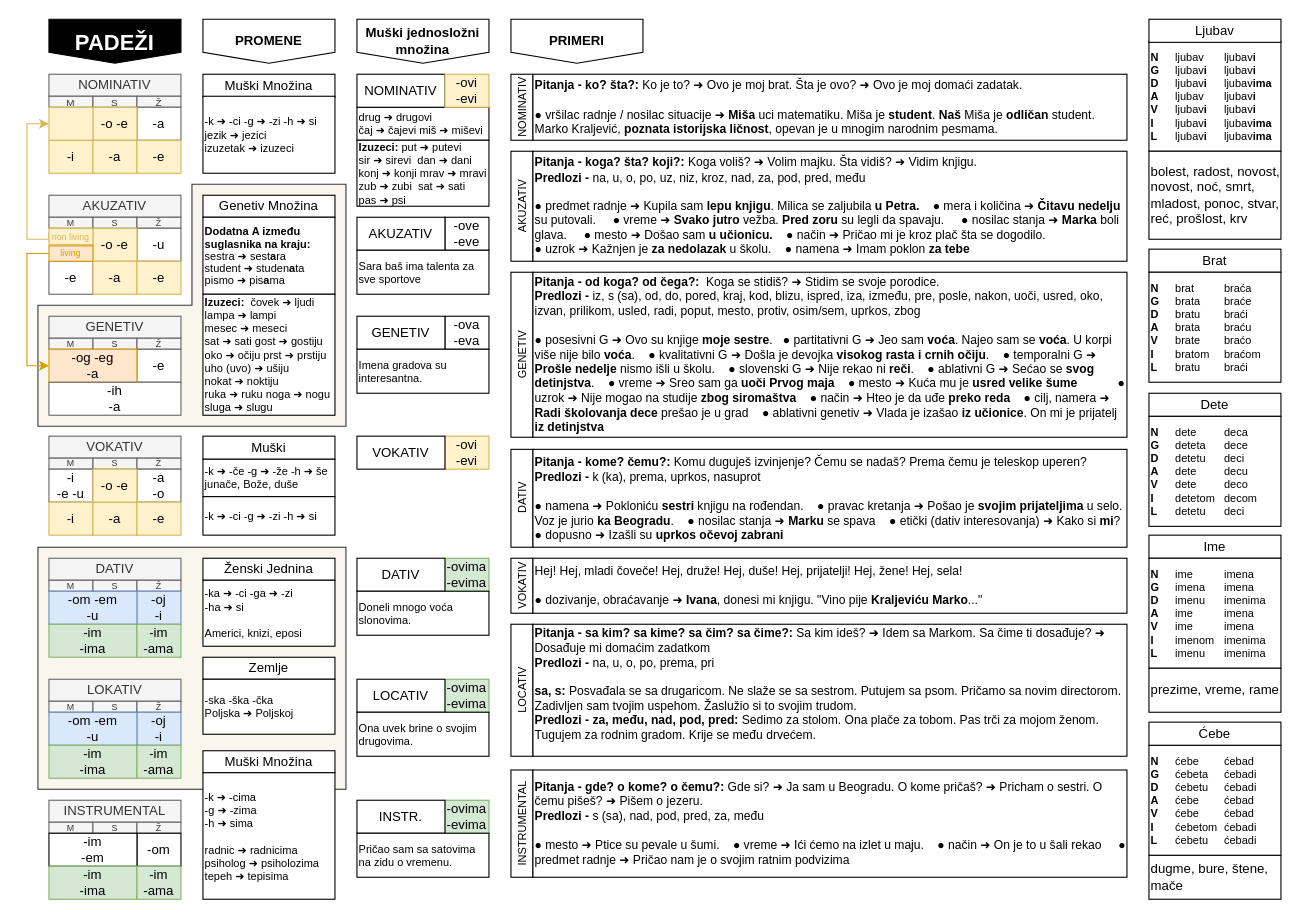
Before: draws/padezi.drawio in vlandivir/srpski, a draw.io diagram. Source tidied: cells renumbered, new cells numbered last; positions are measured from the earlier drawing's top-left corner, leaving out a move shared by most shapes. Both pictures are drawn from the tidied source at 110%, with x=0, y=0 at pixel (26, 19).
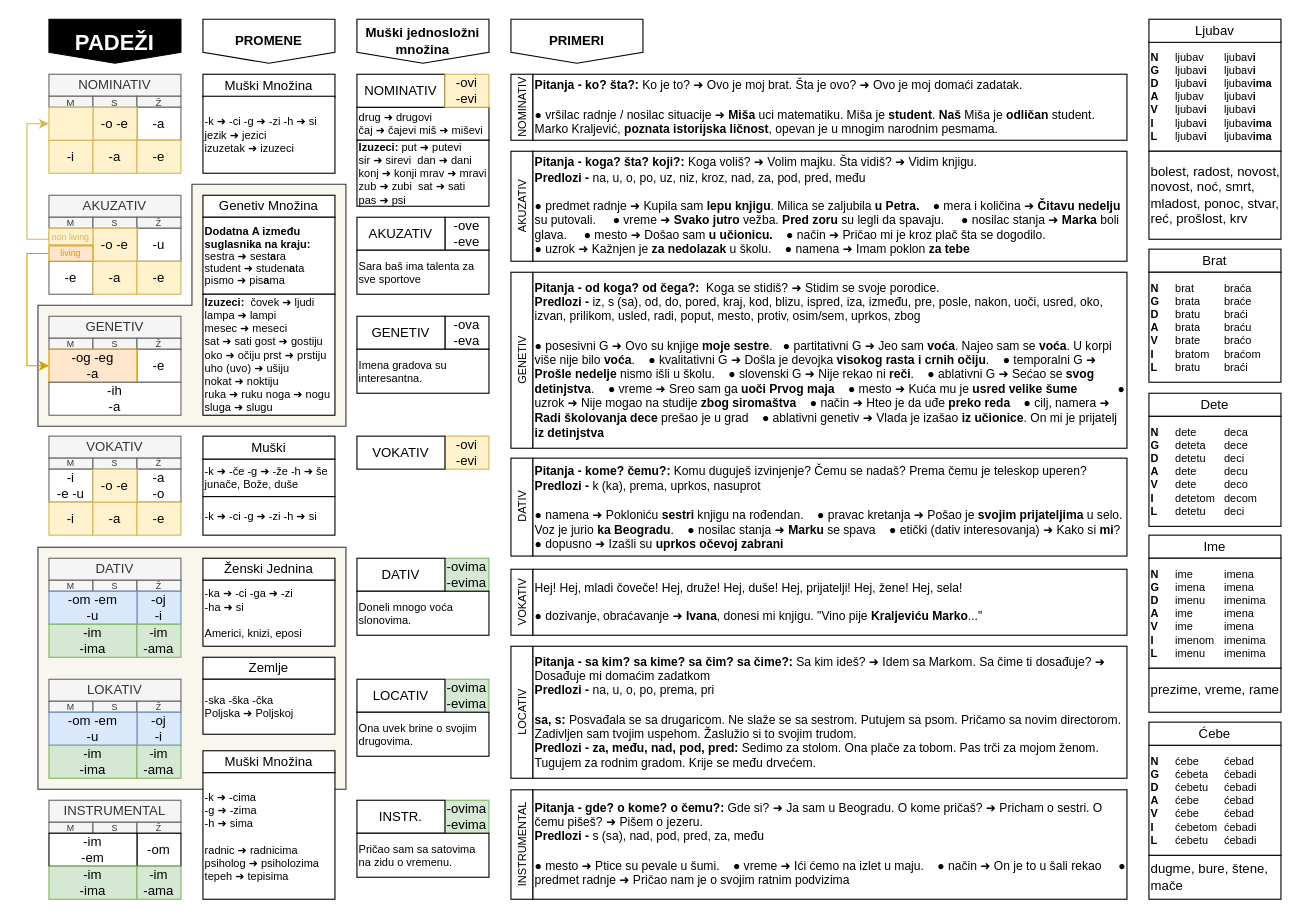
The same diagram, later.

Diff of the diagram source:
```diff
@@
     <mxCell id="97" value="GENETIV" style="rounded=0;whiteSpace=wrap;html=1;fontSize=10;horizontal=0;" parent="1" vertex="1">
-      <mxGeometry x="440" y="230" width="20" height="150" as="geometry" />
+      <mxGeometry x="440" y="230" width="20" height="160" as="geometry" />
     </mxCell>
     <mxCell id="98" value="VOKATIV" style="rounded=0;whiteSpace=wrap;html=1;fontSize=10;horizontal=0;" parent="1" vertex="1">
-      <mxGeometry x="440" y="490" width="20" height="50" as="geometry" />
+      <mxGeometry x="440" y="500" width="20" height="60" as="geometry" />
     </mxCell>
     <mxCell id="99" value="DATIV" style="rounded=0;whiteSpace=wrap;html=1;fontSize=10;horizontal=0;" parent="1" vertex="1">
-      <mxGeometry x="440" y="391" width="20" height="89" as="geometry" />
+      <mxGeometry x="440" y="399" width="20" height="89" as="geometry" />
     </mxCell>
     <mxCell id="100" value="LOCATIV" style="rounded=0;whiteSpace=wrap;html=1;fontSize=10;horizontal=0;" parent="1" vertex="1">
-      <mxGeometry x="440" y="550" width="20" height="120" as="geometry" />
+      <mxGeometry x="440" y="570" width="20" height="120" as="geometry" />
     </mxCell>
     <mxCell id="101" value="INSTRUMENTAL" style="rounded=0;whiteSpace=wrap;html=1;fontSize=10;horizontal=0;" parent="1" vertex="1">
-      <mxGeometry x="440" y="682.5" width="20" height="97.5" as="geometry" />
+      <mxGeometry x="440" y="700.5" width="20" height="99.5" as="geometry" />
     </mxCell>
@@
     <mxCell id="106" value="&lt;font style=&quot;font-size: 11px;&quot;&gt;&lt;b&gt;Pitanja - od koga? od čega?:&amp;nbsp; &lt;/b&gt;Koga se stidiš? ➜ Stidim se svoje porodice.&amp;nbsp;&lt;br&gt;&lt;b&gt;Predlozi -&lt;/b&gt; iz, s (sa), od, do, pored, kraj, kod, blizu, ispred, iza, između, pre, posle, nakon, uoči, usred, oko, izvan, prilikom, usled, radi, poput, mesto, protiv, osim/sem, uprkos, zbog&lt;/font&gt;&lt;div style=&quot;font-size: 11px;&quot;&gt;&lt;font style=&quot;font-size: 11px;&quot;&gt;&lt;br&gt;&lt;/font&gt;&lt;/div&gt;&lt;div style=&quot;font-size: 11px;&quot;&gt;&lt;font style=&quot;font-size: 11px;&quot;&gt;● posesivni G ➜ Ovo su knjige &lt;b&gt;moje sestre&lt;/b&gt;. &amp;nbsp; ● partitativni G ➜ Jeo sam &lt;b&gt;voća&lt;/b&gt;. Najeo sam se &lt;b&gt;voća&lt;/b&gt;. U korpi više nije bilo &lt;b&gt;voća&lt;/b&gt;. &amp;nbsp; &amp;nbsp;● kvalitativni G ➜ Došla je devojka &lt;b&gt;visokog rasta i crnih očiju&lt;/b&gt;. &amp;nbsp; &amp;nbsp;● temporalni G ➜ &lt;b&gt;Prošle nedelje&lt;/b&gt; nismo išli u školu. &amp;nbsp; &amp;nbsp;● slovenski G ➜ Nije rekao ni &lt;b&gt;reči&lt;/b&gt;. &amp;nbsp; &amp;nbsp;● ablativni G ➜ Sećao se &lt;b&gt;svog detinjstva&lt;/b&gt;. &amp;nbsp; &amp;nbsp;● vreme ➜ Sreo sam ga &lt;b&gt;uoči Prvog maja&lt;/b&gt; &amp;nbsp; &amp;nbsp;● mesto ➜ Kuća mu je &lt;b&gt;usred velike šume&lt;/b&gt;&amp;nbsp; &amp;nbsp; &amp;nbsp; &amp;nbsp; &amp;nbsp; &amp;nbsp; ● uzrok ➜ Nije mogao na studije &lt;b&gt;zbog siromaštva&lt;/b&gt; &amp;nbsp; &amp;nbsp;● način ➜ Hteo je da uđe &lt;b&gt;preko reda&lt;/b&gt; &amp;nbsp; &amp;nbsp;● cilj, namera ➜ &lt;b&gt;Radi školovanja dece&lt;/b&gt; prešao je u grad &amp;nbsp; &amp;nbsp;● ablativni genetiv ➜ Vlada je izašao &lt;b&gt;iz učionice&lt;/b&gt;. On mi je prijatelj &lt;b&gt;iz detinjstva&lt;/b&gt;&lt;/font&gt;&lt;/div&gt;" style="rounded=0;whiteSpace=wrap;html=1;align=left;fontSize=9;" parent="1" vertex="1">
-      <mxGeometry x="460" y="230" width="540" height="150" as="geometry" />
+      <mxGeometry x="460" y="230" width="540" height="160" as="geometry" />
     </mxCell>
@@
     <mxCell id="110" value="&lt;div style=&quot;font-size: 11px;&quot;&gt;&lt;b&gt;&lt;font style=&quot;font-size: 11px;&quot;&gt;&lt;br&gt;&lt;/font&gt;&lt;/b&gt;&lt;/div&gt;&lt;div style=&quot;font-size: 11px;&quot;&gt;&lt;font style=&quot;font-size: 11px;&quot;&gt;&lt;b style=&quot;border-color: var(--border-color);&quot;&gt;Pitanja - kome? čemu?:&amp;nbsp;&lt;/b&gt;&lt;span style=&quot;border-color: var(--border-color);&quot;&gt;Komu duguješ izvinjenje? Čemu se nadaš? Prema čemu je teleskop uperen?&lt;/span&gt;&lt;b&gt;&lt;br&gt;&lt;/b&gt;&lt;/font&gt;&lt;/div&gt;&lt;div style=&quot;font-size: 11px;&quot;&gt;&lt;span style=&quot;border-color: var(--border-color);&quot;&gt;&lt;font style=&quot;font-size: 11px;&quot;&gt;&lt;b&gt;Predlozi -&amp;nbsp;&lt;/b&gt;k (ka), prema, uprkos, nasuprot&lt;br&gt;&lt;/font&gt;&lt;/span&gt;&lt;/div&gt;&lt;div style=&quot;font-size: 11px;&quot;&gt;&lt;span style=&quot;border-color: var(--border-color);&quot;&gt;&lt;b&gt;&lt;font style=&quot;font-size: 11px;&quot;&gt;&lt;br&gt;&lt;/font&gt;&lt;/b&gt;&lt;/span&gt;&lt;/div&gt;&lt;font style=&quot;font-size: 11px;&quot;&gt;● namena ➜ Pokloniću &lt;b&gt;sestri&lt;/b&gt; knjigu na rođendan. &amp;nbsp; &amp;nbsp;● pravac kretanja ➜ Pošao je &lt;b&gt;svojim prijateljima&lt;/b&gt; u selo. Voz je jurio &lt;b&gt;ka Beogradu&lt;/b&gt;. &amp;nbsp; &amp;nbsp;● nosilac stanja ➜ &lt;b&gt;Marku&lt;/b&gt; se spava &amp;nbsp; &amp;nbsp;● etički (dativ interesovanja) ➜ Kako si &lt;b&gt;mi&lt;/b&gt;?● dopusno ➜ Izašli su &lt;b&gt;uprkos očevoj zabrani&lt;/b&gt;&lt;br&gt;&lt;/font&gt;&lt;div style=&quot;font-size: 11px;&quot;&gt;&lt;br&gt;&lt;/div&gt;" style="rounded=0;whiteSpace=wrap;html=1;align=left;fontSize=9;" parent="1" vertex="1">
-      <mxGeometry x="460" y="391" width="540" height="89" as="geometry" />
+      <mxGeometry x="460" y="399" width="540" height="89" as="geometry" />
     </mxCell>
@@
     <mxCell id="118" value="&lt;div style=&quot;font-size: 11px;&quot;&gt;&lt;font style=&quot;font-size: 11px;&quot;&gt;Hej! &lt;/font&gt;Hej, mladi čoveče! Hej, druže! Hej, duše! Hej, prijatelji! Hej, žene! Hej, sela!&lt;/div&gt;&lt;div style=&quot;font-size: 11px;&quot;&gt;&lt;div&gt;&lt;font style=&quot;font-size: 11px;&quot;&gt;&lt;br&gt;&lt;/font&gt;&lt;/div&gt;&lt;div&gt;&lt;font style=&quot;font-size: 11px;&quot;&gt;● dozivanje, obraćavanje ➜ &lt;b&gt;Ivana&lt;/b&gt;, donesi mi knjigu. &quot;Vino pije &lt;b&gt;Kraljeviću Marko&lt;/b&gt;...&quot;&lt;/font&gt;&lt;/div&gt;&lt;/div&gt;" style="rounded=0;whiteSpace=wrap;html=1;align=left;fontSize=9;" parent="1" vertex="1">
-      <mxGeometry x="460" y="490" width="540" height="50" as="geometry" />
+      <mxGeometry x="460" y="500" width="540" height="60" as="geometry" />
     </mxCell>
-    <mxCell id="119" value="&lt;div style=&quot;font-size: 11px;&quot;&gt;&lt;b style=&quot;border-color: var(--border-color);&quot;&gt;&lt;font style=&quot;font-size: 11px;&quot;&gt;&lt;b&gt;Pitanja - sa kim? sa kime? sa čim? sa čime?:&lt;/b&gt;&lt;span style=&quot;font-weight: 400;&quot;&gt;&amp;nbsp;Sa kim ideš?&amp;nbsp;➜ Idem sa Markom. Sa čime ti dosađuje?&amp;nbsp;➜ Dosađuje mi domaćim zadatkom&lt;/span&gt;&lt;br&gt;&lt;/font&gt;&lt;/b&gt;&lt;/div&gt;&lt;div style=&quot;font-size: 11px;&quot;&gt;&lt;b style=&quot;border-color: var(--border-color);&quot;&gt;Predlozi -&amp;nbsp;&lt;/b&gt;&lt;span style=&quot;border-color: var(--border-color);&quot;&gt;na, u, o, po, prema, pri&lt;/span&gt;&lt;br&gt;&lt;/div&gt;&lt;div&gt;&lt;font style=&quot;font-size: 11px;&quot;&gt;&lt;b style=&quot;border-color: var(--border-color);&quot;&gt;&lt;br&gt;&lt;/b&gt;&lt;/font&gt;&lt;/div&gt;&lt;div&gt;&lt;font style=&quot;font-size: 11px;&quot;&gt;&lt;b style=&quot;border-color: var(--border-color);&quot;&gt;sa, s: &lt;/b&gt;Posvađala se sa drugaricom. Ne slaže se sa sestrom. Putujem sa psom. Pričamo sa novim directorom. Zadivljen sam tvojim uspehom. Žaslužio si to svojim trudom.&lt;br&gt;&lt;b style=&quot;border-color: var(--border-color);&quot;&gt;Predlozi - za, među, nad, pod, pred&lt;/b&gt;&lt;b style=&quot;border-color: var(--border-color);&quot;&gt;: &lt;/b&gt;Sedimo za stolom. Ona plače za tobom. Pas trči za mojom ženom. Tugujem za rodnim gradom. Krije se među drvećem.&lt;br&gt;&lt;/font&gt;&lt;br&gt;&lt;/div&gt;" style="rounded=0;whiteSpace=wrap;html=1;align=left;fontSize=9;" parent="1" vertex="1">
-      <mxGeometry x="460" y="550" width="540" height="120" as="geometry" />
+    <mxCell id="119" value="&lt;div style=&quot;font-size: 11px;&quot;&gt;&lt;b style=&quot;border-color: var(--border-color);&quot;&gt;&lt;font style=&quot;font-size: 11px;&quot;&gt;&lt;b&gt;Pitanja - sa kim? sa kime? sa čim? sa čime?:&lt;/b&gt;&lt;span style=&quot;font-weight: 400;&quot;&gt;&amp;nbsp;Sa kim ideš?&amp;nbsp;➜ Idem sa Markom. Sa čime ti dosađuje?&amp;nbsp;➜ Dosađuje mi domaćim zadatkom&lt;/span&gt;&lt;br&gt;&lt;/font&gt;&lt;/b&gt;&lt;/div&gt;&lt;div style=&quot;font-size: 11px;&quot;&gt;&lt;b style=&quot;border-color: var(--border-color);&quot;&gt;Predlozi -&amp;nbsp;&lt;/b&gt;&lt;span style=&quot;border-color: var(--border-color);&quot;&gt;na, u, o, po, prema, pri&lt;/span&gt;&lt;br&gt;&lt;/div&gt;&lt;div&gt;&lt;font style=&quot;font-size: 11px;&quot;&gt;&lt;b style=&quot;border-color: var(--border-color);&quot;&gt;&lt;br&gt;&lt;/b&gt;&lt;/font&gt;&lt;/div&gt;&lt;div&gt;&lt;font style=&quot;font-size: 11px;&quot;&gt;&lt;b style=&quot;border-color: var(--border-color);&quot;&gt;sa, s: &lt;/b&gt;Posvađala se sa drugaricom. Ne slaže se sa sestrom. Putujem sa psom. Pričamo sa novim directorom. Zadivljen sam tvojim uspehom. Žaslužio si to svojim trudom.&lt;br&gt;&lt;b style=&quot;border-color: var(--border-color);&quot;&gt;Predlozi - za, među, nad, pod, pred&lt;/b&gt;&lt;b style=&quot;border-color: var(--border-color);&quot;&gt;: &lt;/b&gt;Sedimo za stolom. Ona plače za tobom. Pas trči za mojom ženom. Tugujem za rodnim gradom. Krije se među drvećem.&lt;/font&gt;&lt;br&gt;&lt;/div&gt;" style="rounded=0;whiteSpace=wrap;html=1;align=left;fontSize=9;" parent="1" vertex="1">
+      <mxGeometry x="460" y="570" width="540" height="120" as="geometry" />
     </mxCell>
@@
     <mxCell id="121" value="&lt;div style=&quot;font-size: 11px;&quot;&gt;&lt;font style=&quot;font-size: 11px;&quot;&gt;&lt;b&gt;Pitanja - gde? o kome? o čemu?:&amp;nbsp;&lt;/b&gt;Gde si? ➜ Ja sam u Beogradu. O kome pričaš?&amp;nbsp;➜ Pricham o sestri. O čemu pišeš?&amp;nbsp;➜ Pišem o jezeru.&lt;b&gt;&lt;br&gt;&lt;/b&gt;&lt;/font&gt;&lt;/div&gt;&lt;div style=&quot;font-size: 11px;&quot;&gt;&lt;font style=&quot;font-size: 11px;&quot;&gt;&lt;b&gt;Predlozi -&amp;nbsp;&lt;/b&gt;s (sa), nad, pod, pred, za, među&lt;br&gt;&lt;/font&gt;&lt;/div&gt;&lt;font style=&quot;font-size: 11px;&quot;&gt;&lt;font style=&quot;font-size: 11px;&quot;&gt;&lt;font style=&quot;font-size: 11px;&quot;&gt;&lt;b&gt;&lt;div&gt;&lt;font style=&quot;font-size: 11px;&quot;&gt;&lt;b&gt;&lt;br&gt;&lt;/b&gt;&lt;/font&gt;&lt;/div&gt;&lt;/b&gt;&lt;/font&gt;&lt;/font&gt;● mesto ➜ Ptice su pevale u šumi. &amp;nbsp; &amp;nbsp;● vreme ➜ Ići ćemo na izlet u maju. &amp;nbsp; &amp;nbsp;● način ➜ On je to u šali rekao &amp;nbsp; &amp;nbsp; ● predmet radnje ➜ Pričao nam je o svojim ratnim podvizima&lt;br&gt;&lt;/font&gt;" style="rounded=0;whiteSpace=wrap;html=1;align=left;fontSize=9;" parent="1" vertex="1">
-      <mxGeometry x="460" y="682.5" width="540" height="97.5" as="geometry" />
+      <mxGeometry x="460" y="700.5" width="540" height="99.5" as="geometry" />
     </mxCell>
```
